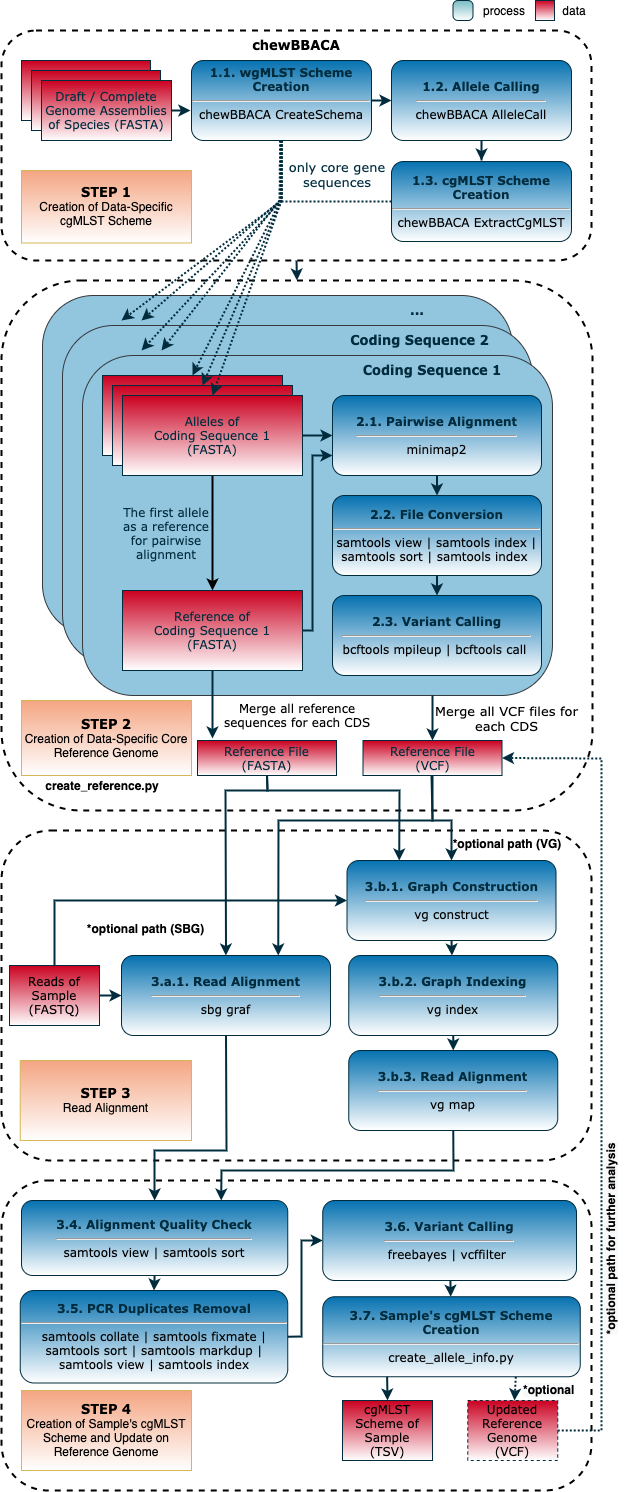
Before: images/milestone_workflow.png, a diagram exported from draw.io (fatmakahveci/milestone). Source tidied: cells renumbered, new cells last; positions are measured from the earlier drawing's top-left corner, leaving out a move shared by most shapes.
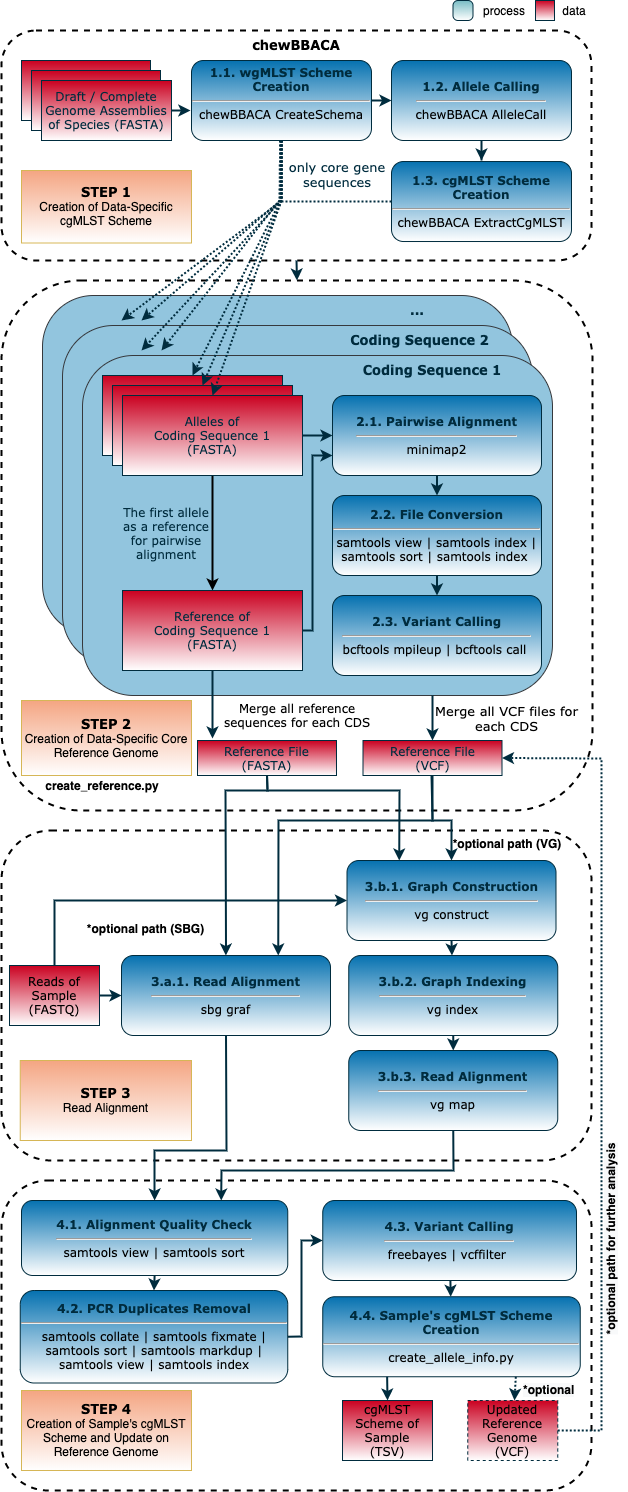
The same file after the commit.

Commit message:
numbers are corrected

The edit, as a diff of the source:
```diff
@@ -191,13 +191,13 @@
     <mxCell id="51" style="endArrow=classic;html=1;strokeColor=#002C3E;strokeWidth=2;shadow=0;rounded=0;fontColor=#002C3E;exitX=1;exitY=0.5;exitDx=0;exitDy=0;fontFamily=Verdana;entryX=0;entryY=0.5;entryDx=0;entryDy=0;" parent="1" edge="1" source="50" target="74">
       <mxGeometry relative="1" as="geometry" />
     </mxCell>
-    <mxCell id="52" value="&lt;font color=&quot;#002c3e&quot;&gt;3.4. Alignment Quality Check&lt;br&gt;&lt;/font&gt;&lt;hr&gt;&lt;span style=&quot;font-weight: 400&quot;&gt;samtools view | samtools sort&lt;/span&gt;" style="rounded=1;whiteSpace=wrap;html=1;fillColor=#0571B0;strokeColor=#002C3E;glass=0;gradientColor=#ffffff;fontFamily=Verdana;fontStyle=1;" parent="1" vertex="1">
+    <mxCell id="52" value="&lt;font color=&quot;#002c3e&quot;&gt;4.1. Alignment Quality Check&lt;br&gt;&lt;/font&gt;&lt;hr&gt;&lt;span style=&quot;font-weight: 400&quot;&gt;samtools view | samtools sort&lt;/span&gt;" style="rounded=1;whiteSpace=wrap;html=1;fillColor=#0571B0;strokeColor=#002C3E;glass=0;gradientColor=#ffffff;fontFamily=Verdana;fontStyle=1;" parent="1" vertex="1">
       <mxGeometry x="20" y="1200" width="266.2" height="75" as="geometry" />
     </mxCell>
-    <mxCell id="53" value="&lt;font color=&quot;#002c3e&quot;&gt;3.7. Sample's cgMLST Scheme Creation&lt;br&gt;&lt;/font&gt;&lt;hr&gt;&lt;span style=&quot;font-weight: 400&quot;&gt;create_allele_info.py&lt;/span&gt;" style="rounded=1;whiteSpace=wrap;html=1;fillColor=#0571B0;strokeColor=#002C3E;glass=0;gradientColor=#ffffff;fontFamily=Verdana;fontStyle=1;" parent="1" vertex="1">
+    <mxCell id="53" value="&lt;font color=&quot;#002c3e&quot;&gt;4.4. Sample's cgMLST Scheme Creation&lt;br&gt;&lt;/font&gt;&lt;hr&gt;&lt;span style=&quot;font-weight: 400&quot;&gt;create_allele_info.py&lt;/span&gt;" style="rounded=1;whiteSpace=wrap;html=1;fillColor=#0571B0;strokeColor=#002C3E;glass=0;gradientColor=#ffffff;fontFamily=Verdana;fontStyle=1;" parent="1" vertex="1">
       <mxGeometry x="321.3" y="1296.2" width="257.5" height="80" as="geometry" />
     </mxCell>
-    <mxCell id="54" value="&lt;font color=&quot;#002c3e&quot;&gt;3.6. Variant Calling&lt;br&gt;&lt;/font&gt;&lt;hr&gt;&lt;span style=&quot;font-weight: 400&quot;&gt;freebayes | vcffilter&amp;nbsp;&lt;/span&gt;" style="rounded=1;whiteSpace=wrap;html=1;fillColor=#0571B0;strokeColor=#002C3E;glass=0;gradientColor=#ffffff;fontFamily=Verdana;fontStyle=1;" parent="1" vertex="1">
+    <mxCell id="54" value="&lt;font color=&quot;#002c3e&quot;&gt;4.3. Variant Calling&lt;br&gt;&lt;/font&gt;&lt;hr&gt;&lt;span style=&quot;font-weight: 400&quot;&gt;freebayes | vcffilter&amp;nbsp;&lt;/span&gt;" style="rounded=1;whiteSpace=wrap;html=1;fillColor=#0571B0;strokeColor=#002C3E;glass=0;gradientColor=#ffffff;fontFamily=Verdana;fontStyle=1;" parent="1" vertex="1">
       <mxGeometry x="321.2" y="1200" width="253.8" height="80" as="geometry" />
     </mxCell>
     <mxCell id="55" style="endArrow=classic;html=1;strokeColor=#002C3E;strokeWidth=2;shadow=0;rounded=0;exitX=0.5;exitY=1;exitDx=0;exitDy=0;fontFamily=Verdana;dashed=2;dashPattern=1 2;" parent="1" edge="1" source="35" target="74">
@@ -265,7 +265,7 @@
         </Array>
       </mxGeometry>
     </mxCell>
-    <mxCell id="67" value="&lt;font color=&quot;#002c3e&quot;&gt;3.5. PCR Duplicates Removal&lt;br&gt;&lt;/font&gt;&lt;hr&gt;&lt;span style=&quot;font-weight: 400&quot;&gt;samtools collate | samtools fixmate | samtools sort | samtools markdup | samtools view | samtools index&lt;/span&gt;" style="rounded=1;whiteSpace=wrap;html=1;fillColor=#0571B0;strokeColor=#002C3E;glass=0;gradientColor=#ffffff;fontFamily=Verdana;fontStyle=1;" parent="1" vertex="1">
+    <mxCell id="67" value="&lt;font color=&quot;#002c3e&quot;&gt;4.2. PCR Duplicates Removal&lt;br&gt;&lt;/font&gt;&lt;hr&gt;&lt;span style=&quot;font-weight: 400&quot;&gt;samtools collate | samtools fixmate | samtools sort | samtools markdup | samtools view | samtools index&lt;/span&gt;" style="rounded=1;whiteSpace=wrap;html=1;fillColor=#0571B0;strokeColor=#002C3E;glass=0;gradientColor=#ffffff;fontFamily=Verdana;fontStyle=1;" parent="1" vertex="1">
       <mxGeometry x="18.8" y="1290" width="267.5" height="92.5" as="geometry" />
     </mxCell>
     <mxCell id="68" value="&lt;b&gt;*optional path (SBG)&lt;/b&gt;" style="text;html=1;strokeColor=none;fillColor=none;align=center;verticalAlign=middle;whiteSpace=wrap;rounded=0;rotation=0;fontStyle=0;" parent="1" vertex="1">
```
